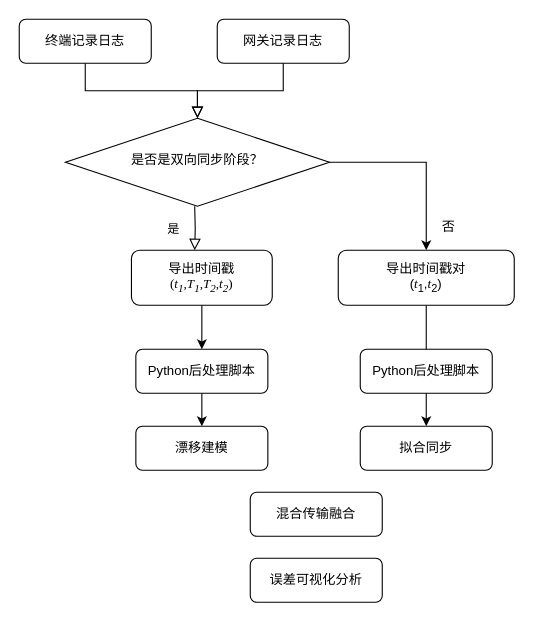
Above: 混合传输同步机制流程图.drawio in SplenDidMav/BIT_CyberSecurity_Program (draw.io), before the change. Source tidied: cells renumbered, new cells numbered last; positions are measured from the earlier drawing's top-left corner, leaving out a move shared by most shapes. Both pictures are drawn from the tidied source at 110%, with x=0, y=0 at pixel (19, 19).
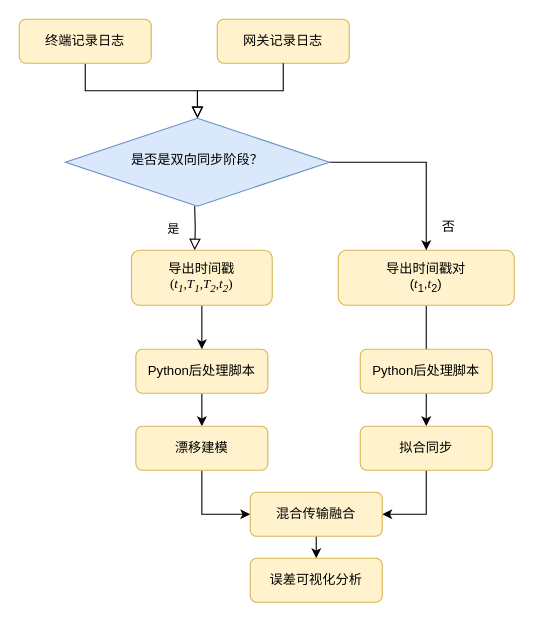
The same diagram, later.

Commit message:
更新混合传输同步机制流程图.drawio

The edit, as a diff of the source:
```diff
@@
-    <mxCell id="3" value="终端记录日志" style="rounded=1;whiteSpace=wrap;html=1;fontSize=12;glass=0;strokeWidth=1;shadow=0;" parent="1" vertex="1">
+    <mxCell id="3" value="终端记录日志" style="rounded=1;whiteSpace=wrap;html=1;fontSize=12;glass=0;strokeWidth=1;shadow=0;fillColor=#fff2cc;strokeColor=#d6b656;" parent="1" vertex="1">
       <mxGeometry width="120" height="40" as="geometry" />
     </mxCell>
@@
-    <mxCell id="6" value="Python后处理脚本" style="rounded=1;whiteSpace=wrap;html=1;fontSize=12;glass=0;strokeWidth=1;shadow=0;" parent="1" vertex="1">
+    <mxCell id="6" value="Python后处理脚本" style="rounded=1;whiteSpace=wrap;html=1;fontSize=12;glass=0;strokeWidth=1;shadow=0;fillColor=#fff2cc;strokeColor=#d6b656;" parent="1" vertex="1">
       <mxGeometry x="106" y="300" width="120" height="40" as="geometry" />
     </mxCell>
@@
-    <mxCell id="8" value="导出时间戳对&lt;div&gt;(&lt;i&gt;&lt;font face=&quot;Times New Roman&quot;&gt;t&lt;/font&gt;&lt;/i&gt;&lt;sub&gt;1&lt;/sub&gt;,&lt;font face=&quot;Times New Roman&quot;&gt;&lt;i&gt;t&lt;/i&gt;&lt;/font&gt;&lt;sub&gt;2&lt;/sub&gt;)&lt;/div&gt;" style="rounded=1;whiteSpace=wrap;html=1;fontSize=12;glass=0;strokeWidth=1;shadow=0;" parent="1" vertex="1">
+    <mxCell id="8" value="导出时间戳对&lt;div&gt;(&lt;i&gt;&lt;font face=&quot;Times New Roman&quot;&gt;t&lt;/font&gt;&lt;/i&gt;&lt;sub&gt;1&lt;/sub&gt;,&lt;font face=&quot;Times New Roman&quot;&gt;&lt;i&gt;t&lt;/i&gt;&lt;/font&gt;&lt;sub&gt;2&lt;/sub&gt;)&lt;/div&gt;" style="rounded=1;whiteSpace=wrap;html=1;fontSize=12;glass=0;strokeWidth=1;shadow=0;fillColor=#fff2cc;strokeColor=#d6b656;" parent="1" vertex="1">
       <mxGeometry x="290" y="210" width="160" height="50" as="geometry" />
     </mxCell>
-    <mxCell id="9" value="网关记录日志" style="rounded=1;whiteSpace=wrap;html=1;fontSize=12;glass=0;strokeWidth=1;shadow=0;" parent="1" vertex="1">
+    <mxCell id="9" value="网关记录日志" style="rounded=1;whiteSpace=wrap;html=1;fontSize=12;glass=0;strokeWidth=1;shadow=0;fillColor=#fff2cc;strokeColor=#d6b656;" parent="1" vertex="1">
       <mxGeometry x="180" width="120" height="40" as="geometry" />
     </mxCell>
@@
-    <mxCell id="12" value="是否是双向同步阶段？" style="rhombus;whiteSpace=wrap;html=1;shadow=0;fontFamily=Helvetica;fontSize=12;align=center;strokeWidth=1;spacing=6;spacingTop=-4;" parent="1" vertex="1">
+    <mxCell id="12" value="是否是双向同步阶段？" style="rhombus;whiteSpace=wrap;html=1;shadow=0;fontFamily=Helvetica;fontSize=12;align=center;strokeWidth=1;spacing=6;spacingTop=-4;fillColor=#dae8fc;strokeColor=#6c8ebf;" parent="1" vertex="1">
       <mxGeometry x="42" y="90" width="240" height="80" as="geometry" />
     </mxCell>
@@
-    <mxCell id="14" value="导出时间戳&lt;div&gt;&lt;font face=&quot;Times New Roman&quot;&gt;(&lt;i&gt;t&lt;sub&gt;1&lt;/sub&gt;,T&lt;sub&gt;1&lt;/sub&gt;,T&lt;sub&gt;2&lt;/sub&gt;,t&lt;sub&gt;2&lt;/sub&gt;&lt;/i&gt;)&lt;/font&gt;&lt;/div&gt;" style="rounded=1;whiteSpace=wrap;html=1;fontSize=12;glass=0;strokeWidth=1;shadow=0;" parent="1" vertex="1">
+    <mxCell id="14" value="导出时间戳&lt;div&gt;&lt;font face=&quot;Times New Roman&quot;&gt;(&lt;i&gt;t&lt;sub&gt;1&lt;/sub&gt;,T&lt;sub&gt;1&lt;/sub&gt;,T&lt;sub&gt;2&lt;/sub&gt;,t&lt;sub&gt;2&lt;/sub&gt;&lt;/i&gt;)&lt;/font&gt;&lt;/div&gt;" style="rounded=1;whiteSpace=wrap;html=1;fontSize=12;glass=0;strokeWidth=1;shadow=0;fillColor=#fff2cc;strokeColor=#d6b656;" parent="1" vertex="1">
       <mxGeometry x="102" y="210" width="128" height="50" as="geometry" />
     </mxCell>
@@
-    <mxCell id="16" value="Python后处理脚本" style="rounded=1;whiteSpace=wrap;html=1;fontSize=12;glass=0;strokeWidth=1;shadow=0;" parent="1" vertex="1">
+    <mxCell id="16" value="Python后处理脚本" style="rounded=1;whiteSpace=wrap;html=1;fontSize=12;glass=0;strokeWidth=1;shadow=0;fillColor=#fff2cc;strokeColor=#d6b656;" parent="1" vertex="1">
       <mxGeometry x="310" y="300" width="120" height="40" as="geometry" />
     </mxCell>
+    <mxCell id="21" style="edgeStyle=orthogonalEdgeStyle;rounded=0;jettySize=auto;html=1;exitX=0.5;exitY=1;exitDx=0;exitDy=0;entryX=0;entryY=0.5;entryDx=0;entryDy=0;" parent="1" edge="1" source="17" target="19">
+      <mxGeometry relative="1" as="geometry" />
+    </mxCell>
-    <mxCell id="17" value="漂移建模" style="rounded=1;whiteSpace=wrap;html=1;fontSize=12;glass=0;strokeWidth=1;shadow=0;" parent="1" vertex="1">
+    <mxCell id="17" value="漂移建模" style="rounded=1;whiteSpace=wrap;html=1;fontSize=12;glass=0;strokeWidth=1;shadow=0;fillColor=#fff2cc;strokeColor=#d6b656;" parent="1" vertex="1">
       <mxGeometry x="106" y="370" width="120" height="40" as="geometry" />
     </mxCell>
+    <mxCell id="22" style="edgeStyle=orthogonalEdgeStyle;rounded=0;jettySize=auto;html=1;exitX=0.5;exitY=1;exitDx=0;exitDy=0;entryX=1;entryY=0.5;entryDx=0;entryDy=0;" parent="1" edge="1" source="18" target="19">
+      <mxGeometry relative="1" as="geometry" />
+    </mxCell>
-    <mxCell id="18" value="拟合同步" style="rounded=1;whiteSpace=wrap;html=1;fontSize=12;glass=0;strokeWidth=1;shadow=0;" parent="1" vertex="1">
+    <mxCell id="18" value="拟合同步" style="rounded=1;whiteSpace=wrap;html=1;fontSize=12;glass=0;strokeWidth=1;shadow=0;fillColor=#fff2cc;strokeColor=#d6b656;" parent="1" vertex="1">
       <mxGeometry x="310" y="370" width="120" height="40" as="geometry" />
     </mxCell>
+    <mxCell id="23" style="edgeStyle=orthogonalEdgeStyle;rounded=0;jettySize=auto;html=1;exitX=0.5;exitY=1;exitDx=0;exitDy=0;entryX=0.5;entryY=0;entryDx=0;entryDy=0;" parent="1" edge="1" source="19" target="20">
+      <mxGeometry relative="1" as="geometry" />
+    </mxCell>
-    <mxCell id="19" value="混合传输融合" style="rounded=1;whiteSpace=wrap;html=1;fontSize=12;glass=0;strokeWidth=1;shadow=0;" parent="1" vertex="1">
+    <mxCell id="19" value="混合传输融合" style="rounded=1;whiteSpace=wrap;html=1;fontSize=12;glass=0;strokeWidth=1;shadow=0;fillColor=#fff2cc;strokeColor=#d6b656;" parent="1" vertex="1">
       <mxGeometry x="210" y="430" width="120" height="40" as="geometry" />
     </mxCell>
-    <mxCell id="20" value="误差可视化分析" style="rounded=1;whiteSpace=wrap;html=1;fontSize=12;glass=0;strokeWidth=1;shadow=0;" parent="1" vertex="1">
+    <mxCell id="20" value="误差可视化分析" style="rounded=1;whiteSpace=wrap;html=1;fontSize=12;glass=0;strokeWidth=1;shadow=0;fillColor=#fff2cc;strokeColor=#d6b656;" parent="1" vertex="1">
       <mxGeometry x="210" y="490" width="120" height="40" as="geometry" />
     </mxCell>
```
